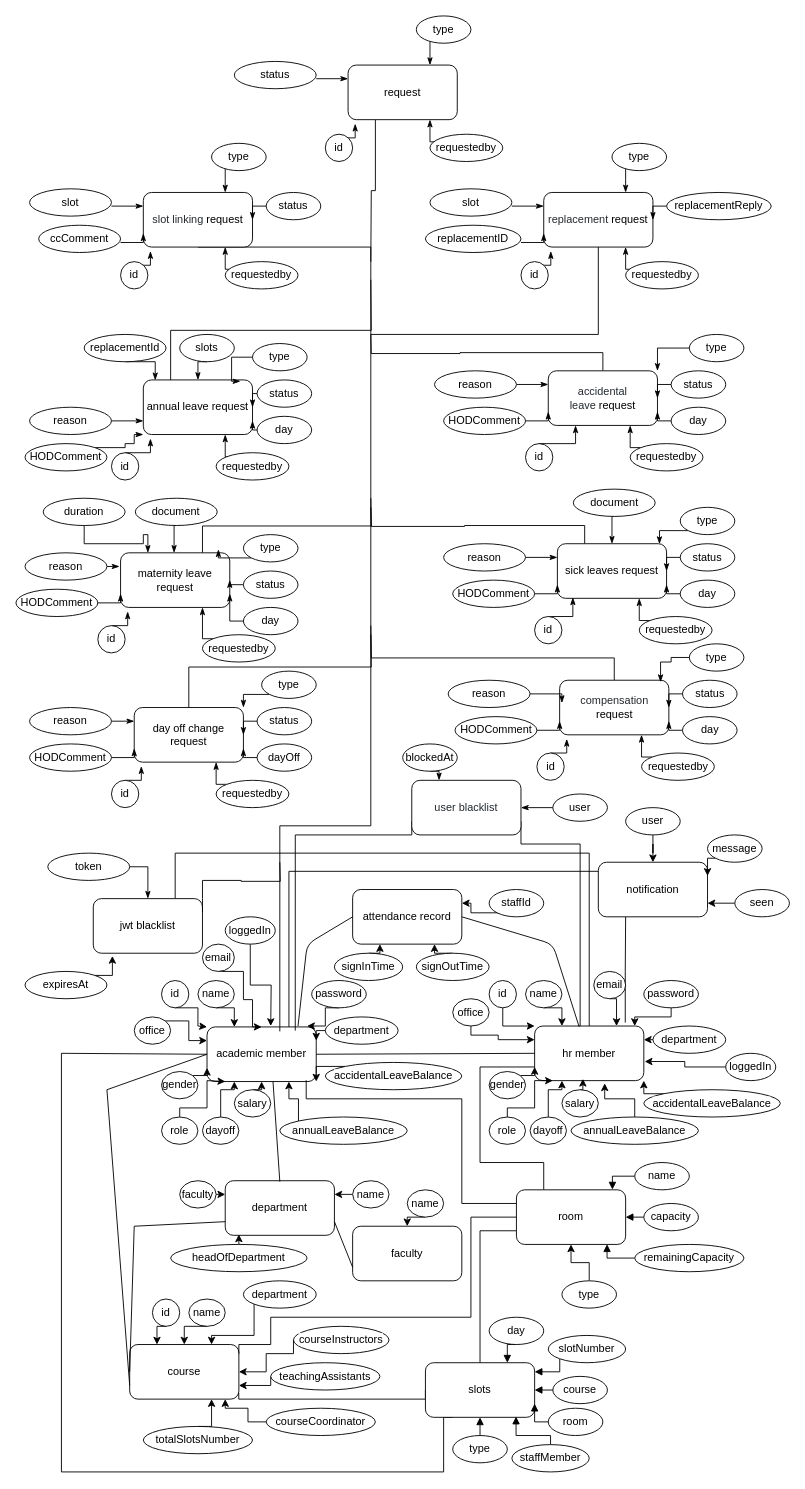
Earlier version of the draw.io diagram erd/ERD.drawio (mariamhindawi/GUC_Staff_Portal_Backend). Source tidied: cells renumbered, new cells numbered last; positions are measured from the earlier drawing's top-left corner, leaving out a move shared by most shapes. Both pictures are drawn from the tidied source at 91%, with x=0, y=0 at pixel (15, 15).
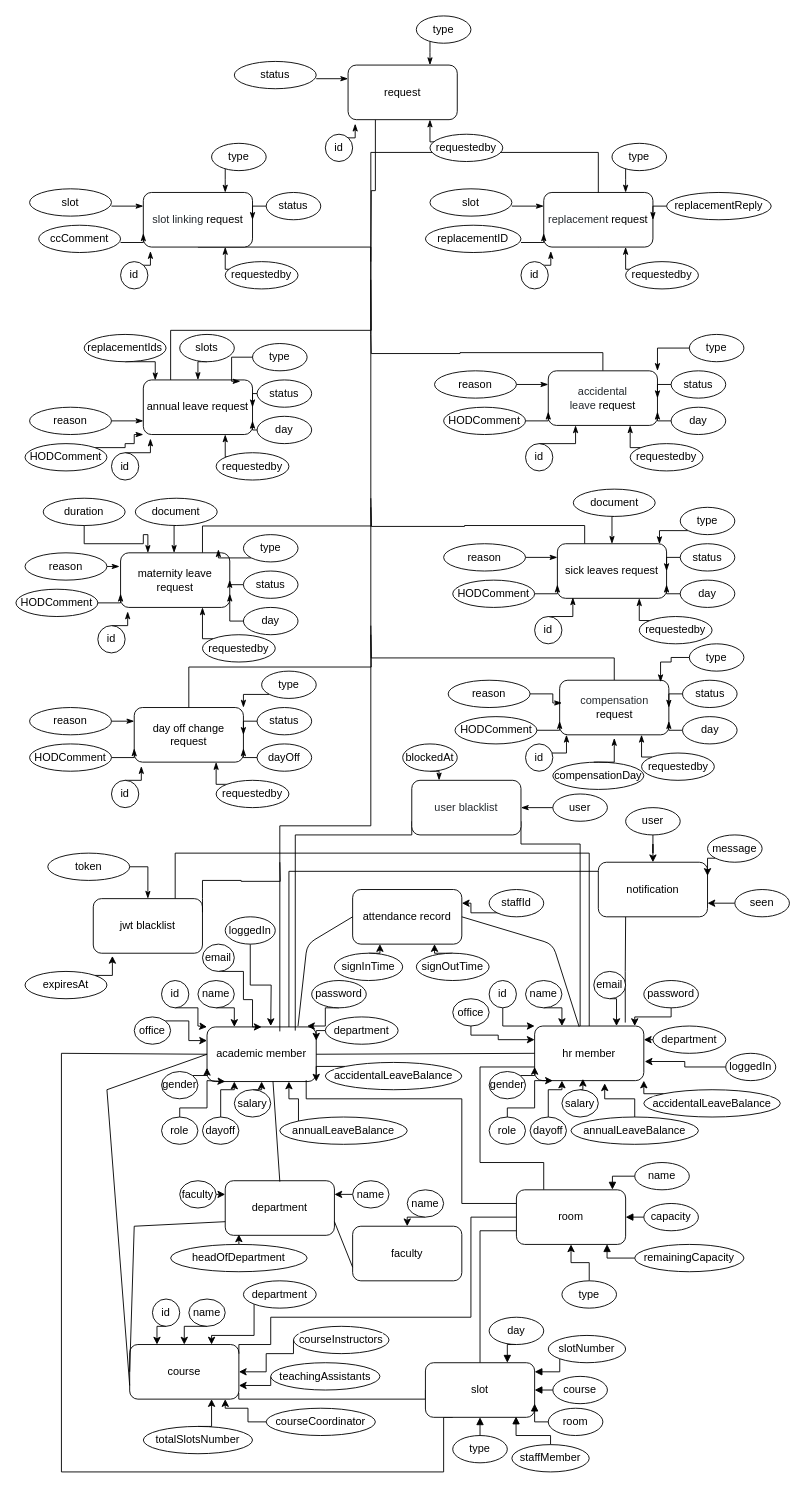
The same page after the edit.

Commit message (it also covers changes not shown here):
Updated read me and removed extra routes Updated erd drawing

The change refers to these unchanged cells:
```xml
<mxCell id="130" value="&lt;span style=&quot;color: rgb(36 , 41 , 46) ; font-family: , &amp;#34;consolas&amp;#34; , &amp;#34;liberation mono&amp;#34; , &amp;#34;menlo&amp;#34; , monospace ; background-color: rgb(255 , 255 , 255)&quot;&gt;compensation &lt;/span&gt;request" style="rounded=1;whiteSpace=wrap;html=1;" parent="1" vertex="1">
  <mxGeometry x="597.5" y="730" width="120" height="60" as="geometry" />
</mxCell>
<mxCell id="234" value="reason" style="ellipse;whiteSpace=wrap;html=1;" parent="1" vertex="1">
  <mxGeometry x="475" y="730" width="90" height="30" as="geometry" />
</mxCell>
<mxCell id="259" value="&lt;span style=&quot;color: rgb(36 , 41 , 46) ; font-family: , &amp;#34;consolas&amp;#34; , &amp;#34;liberation mono&amp;#34; , &amp;#34;menlo&amp;#34; , monospace ; background-color: rgb(255 , 255 , 255)&quot;&gt;replacement&amp;nbsp;&lt;/span&gt;request" style="rounded=1;whiteSpace=wrap;html=1;" parent="1" vertex="1">
  <mxGeometry x="580" y="194" width="120" height="60" as="geometry" />
</mxCell>
```

Diff of the diagram source:
```diff
@@
-    <mxCell id="113" value="slots" style="rounded=1;whiteSpace=wrap;html=1;" parent="1" vertex="1">
+    <mxCell id="113" value="slot" style="rounded=1;whiteSpace=wrap;html=1;" parent="1" vertex="1">
       <mxGeometry x="450" y="1480" width="120" height="60" as="geometry" />
     </mxCell>
@@
-    <mxCell id="131" style="edgeStyle=orthogonalEdgeStyle;rounded=0;jettySize=auto;html=1;exitX=0.5;exitY=0;exitDx=0;exitDy=0;entryX=0.065;entryY=1.075;entryDx=0;entryDy=0;entryPerimeter=0;endArrow=classicThin;endFill=1;" parent="1" edge="1" source="132" target="130">
-      <mxGeometry relative="1" as="geometry" />
+    <mxCell id="131" style="edgeStyle=orthogonalEdgeStyle;rounded=0;jettySize=auto;html=1;exitX=0.5;exitY=0;exitDx=0;exitDy=0;endArrow=classicThin;endFill=1;" parent="1" edge="1" source="132" target="130">
+      <mxGeometry relative="1" as="geometry">
+        <Array as="points">
+          <mxPoint x="575" y="810" />
+          <mxPoint x="605" y="810" />
+        </Array>
+      </mxGeometry>
     </mxCell>
     <mxCell id="132" value="id" style="ellipse;whiteSpace=wrap;html=1;" parent="1" vertex="1">
-      <mxGeometry x="572.5" y="810" width="30" height="30" as="geometry" />
+      <mxGeometry x="560" y="800" width="30" height="30" as="geometry" />
     </mxCell>
@@
-    <mxCell id="218" value="replacementId" style="ellipse;whiteSpace=wrap;html=1;" parent="1" vertex="1">
+    <mxCell id="218" value="replacementIds" style="ellipse;whiteSpace=wrap;html=1;" parent="1" vertex="1">
       <mxGeometry x="75" y="350" width="90" height="30" as="geometry" />
     </mxCell>
@@
     <mxCell id="233" style="edgeStyle=orthogonalEdgeStyle;rounded=0;jettySize=auto;html=1;exitX=1;exitY=0.5;exitDx=0;exitDy=0;endArrow=classicThin;endFill=1;" parent="1" edge="1" source="234">
       <mxGeometry relative="1" as="geometry">
         <mxPoint x="600" y="755" as="targetPoint" />
+        <Array as="points">
+          <mxPoint x="590" y="745" />
+          <mxPoint x="590" y="755" />
+        </Array>
       </mxGeometry>
     </mxCell>
@@
     <mxCell id="258" style="edgeStyle=orthogonalEdgeStyle;rounded=0;jettySize=auto;html=1;exitX=0.5;exitY=1;exitDx=0;exitDy=0;startArrow=none;startFill=0;endArrow=none;endFill=0;" parent="1" edge="1" source="259">
       <mxGeometry relative="1" as="geometry">
         <mxPoint x="390" y="350" as="targetPoint" />
         <Array as="points">
-          <mxPoint x="640" y="350" />
+          <mxPoint x="640" y="150" />
+          <mxPoint x="390" y="150" />
         </Array>
       </mxGeometry>
     </mxCell>
@@
+    <mxCell id="291" value="compensationDay" style="ellipse;whiteSpace=wrap;html=1;" parent="1" vertex="1">
+      <mxGeometry x="590" y="820" width="100" height="30" as="geometry" />
+    </mxCell>
+    <mxCell id="292" style="edgeStyle=orthogonalEdgeStyle;rounded=0;jettySize=auto;html=1;exitX=1;exitY=0.5;exitDx=0;exitDy=0;endArrow=classicThin;endFill=1;entryX=0.5;entryY=1.06;entryDx=0;entryDy=0;entryPerimeter=0;" parent="1" edge="1" target="130">
+      <mxGeometry relative="1" as="geometry">
+        <mxPoint x="635" y="820" as="sourcePoint" />
+        <Array as="points">
+          <mxPoint x="658" y="820" />
+        </Array>
+      </mxGeometry>
+    </mxCell>
```
